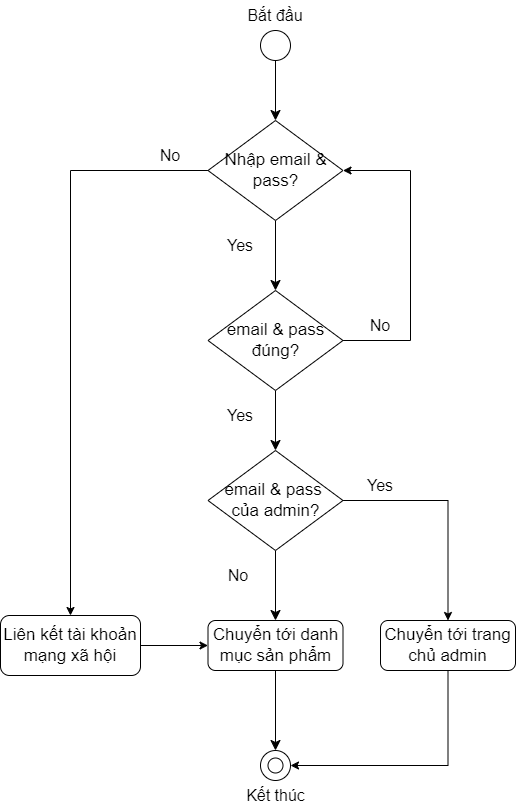
Above: Workflow (Manual Testing)/Auth.png in datnham0212/PC-E-commerce (draw.io), before the change. Source tidied: cells renumbered, new cells last; positions are measured from the earlier drawing's top-left corner, leaving out a move shared by most shapes.
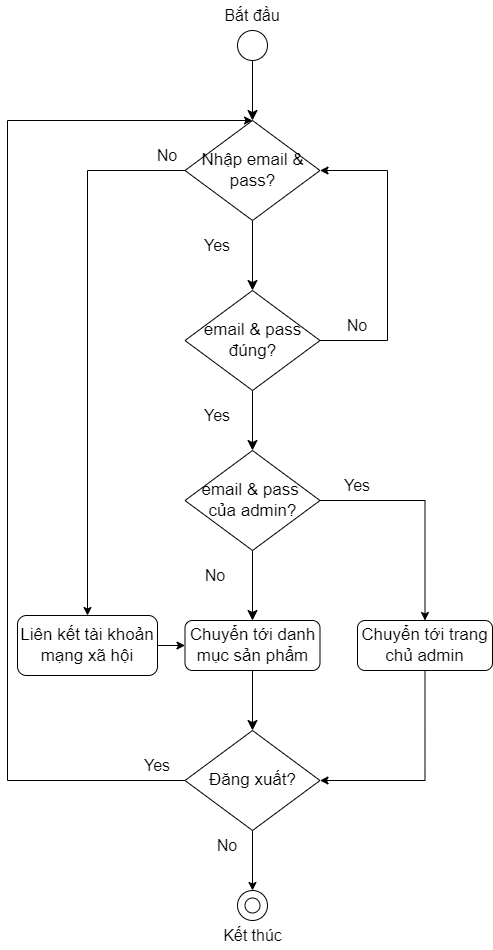
Later version of the same file.

Change to the diagram source:
```diff
@@ -25,7 +25,7 @@
     <mxCell id="7" style="edgeStyle=none;curved=1;rounded=0;jettySize=auto;html=1;entryX=0.5;entryY=0;entryDx=0;entryDy=0;fontSize=12;startSize=8;endSize=8;exitX=0.5;exitY=1;exitDx=0;exitDy=0;" parent="1" edge="1" source="22" target="9">
       <mxGeometry relative="1" as="geometry" />
     </mxCell>
-    <mxCell id="8" style="edgeStyle=none;curved=1;rounded=0;jettySize=auto;html=1;entryX=0.5;entryY=0;entryDx=0;entryDy=0;fontSize=12;startSize=8;endSize=8;" parent="1" edge="1" source="9" target="15">
+    <mxCell id="8" style="edgeStyle=none;curved=1;rounded=0;jettySize=auto;html=1;fontSize=12;startSize=8;endSize=8;entryX=0.5;entryY=0;entryDx=0;entryDy=0;" parent="1" edge="1" source="9" target="34">
       <mxGeometry relative="1" as="geometry" />
     </mxCell>
     <mxCell id="9" value="&lt;font style=&quot;font-size: 17px;&quot;&gt;Chuyển tới danh mục sản phẩm&lt;/font&gt;" style="rounded=1;whiteSpace=wrap;html=1;" parent="1" vertex="1">
@@ -41,7 +41,7 @@
       <mxGeometry width="60" height="30" as="geometry" />
     </mxCell>
     <mxCell id="13" style="group;" parent="1" vertex="1">
-      <mxGeometry x="237.5" y="750" width="75" height="60" as="geometry" />
+      <mxGeometry x="237.5" y="890" width="75" height="60" as="geometry" />
     </mxCell>
     <mxCell id="14" style="group;" parent="13" vertex="1">
       <mxGeometry x="22.5" width="30" height="30" as="geometry" />
@@ -73,13 +73,13 @@
     <mxCell id="23" value="Yes" style="text;html=1;align=center;verticalAlign=middle;whiteSpace=wrap;rounded=0;fontSize=16;" parent="1" vertex="1">
       <mxGeometry x="350" y="470" width="60" height="30" as="geometry" />
     </mxCell>
-    <mxCell id="24" style="edgeStyle=orthogonalEdgeStyle;rounded=0;jettySize=auto;html=1;entryX=1;entryY=0.5;entryDx=0;entryDy=0;exitX=0.5;exitY=1;exitDx=0;exitDy=0;" parent="1" edge="1" source="25" target="15">
+    <mxCell id="24" style="edgeStyle=orthogonalEdgeStyle;rounded=0;jettySize=auto;html=1;exitX=0.5;exitY=1;exitDx=0;exitDy=0;entryX=1;entryY=0.5;entryDx=0;entryDy=0;" parent="1" edge="1" source="25" target="34">
       <mxGeometry relative="1" as="geometry" />
     </mxCell>
     <mxCell id="25" value="&lt;font style=&quot;font-size: 17px;&quot;&gt;Chuyển tới trang chủ admin&lt;/font&gt;" style="rounded=1;whiteSpace=wrap;html=1;" parent="1" vertex="1">
       <mxGeometry x="380" y="620" width="135" height="50" as="geometry" />
     </mxCell>
-    <mxCell id="26" style="edgeStyle=orthogonalEdgeStyle;rounded=0;jettySize=auto;html=1;entryX=0.5;entryY=0;entryDx=0;entryDy=0;" parent="1" edge="1" source="27" target="31">
+    <mxCell id="26" style="edgeStyle=orthogonalEdgeStyle;rounded=0;jettySize=auto;html=1;entryX=0.5;entryY=0;entryDx=0;entryDy=0;exitX=0;exitY=0.5;exitDx=0;exitDy=0;" parent="1" edge="1" source="27" target="31">
       <mxGeometry relative="1" as="geometry" />
     </mxCell>
     <mxCell id="27" value="&lt;span style=&quot;font-size: 17px;&quot;&gt;Nhập email &amp;amp; pass?&lt;/span&gt;" style="rhombus;whiteSpace=wrap;html=1;" parent="1" vertex="1">
@@ -89,13 +89,33 @@
       <mxGeometry x="210" y="230" width="60" height="30" as="geometry" />
     </mxCell>
     <mxCell id="29" value="No" style="text;html=1;align=center;verticalAlign=middle;whiteSpace=wrap;rounded=0;fontSize=16;" parent="1" vertex="1">
-      <mxGeometry x="140" y="140" width="60" height="30" as="geometry" />
+      <mxGeometry x="160" y="140" width="60" height="30" as="geometry" />
     </mxCell>
     <mxCell id="30" style="edgeStyle=orthogonalEdgeStyle;rounded=0;jettySize=auto;html=1;entryX=0;entryY=0.5;entryDx=0;entryDy=0;" parent="1" edge="1" source="31" target="9">
       <mxGeometry relative="1" as="geometry" />
     </mxCell>
     <mxCell id="31" value="&lt;span style=&quot;font-size: 17px;&quot;&gt;Liên kết tài khoản mạng xã hội&lt;/span&gt;" style="rounded=1;whiteSpace=wrap;html=1;" parent="1" vertex="1">
-      <mxGeometry y="615" width="140" height="60" as="geometry" />
+      <mxGeometry x="40" y="615" width="140" height="60" as="geometry" />
     </mxCell>
+    <mxCell id="32" style="edgeStyle=orthogonalEdgeStyle;rounded=0;jettySize=auto;html=1;entryX=0.5;entryY=0;entryDx=0;entryDy=0;" parent="1" edge="1" source="34" target="15">
+      <mxGeometry relative="1" as="geometry" />
+    </mxCell>
+    <mxCell id="33" style="edgeStyle=orthogonalEdgeStyle;rounded=0;jettySize=auto;html=1;entryX=0.5;entryY=0;entryDx=0;entryDy=0;exitX=0;exitY=0.5;exitDx=0;exitDy=0;" parent="1" edge="1" source="34" target="27">
+      <mxGeometry relative="1" as="geometry">
+        <Array as="points">
+          <mxPoint x="30" y="780" />
+          <mxPoint x="30" y="120" />
+        </Array>
+      </mxGeometry>
+    </mxCell>
+    <mxCell id="34" value="&lt;span style=&quot;font-size: 17px;&quot;&gt;Đăng xuất?&lt;/span&gt;" style="rhombus;whiteSpace=wrap;html=1;" parent="1" vertex="1">
+      <mxGeometry x="207.5" y="730" width="135" height="100" as="geometry" />
+    </mxCell>
+    <mxCell id="35" value="No" style="text;html=1;align=center;verticalAlign=middle;whiteSpace=wrap;rounded=0;fontSize=16;" parent="1" vertex="1">
+      <mxGeometry x="220" y="830" width="60" height="30" as="geometry" />
+    </mxCell>
+    <mxCell id="36" value="Yes" style="text;html=1;align=center;verticalAlign=middle;whiteSpace=wrap;rounded=0;fontSize=16;" parent="1" vertex="1">
+      <mxGeometry x="150" y="750" width="60" height="30" as="geometry" />
+    </mxCell>
   </root>
 </mxGraphModel>
```
